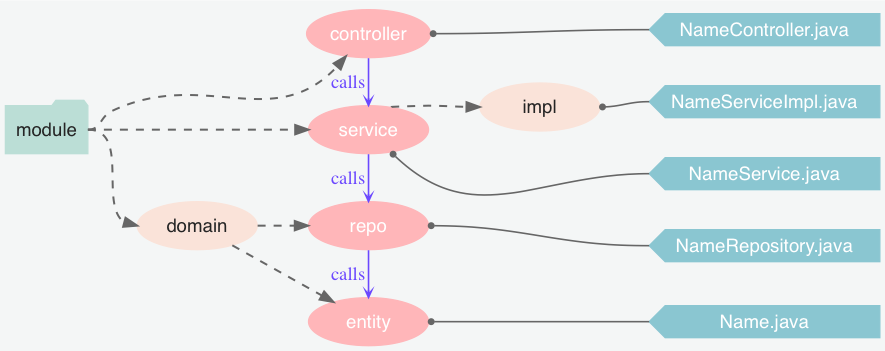
Above: static/image/2019/07/spring-mvc-module.png in Jeanhwea/jeanhwea.github.io (Graphviz), before the change. Its source is kept beside it as static/image/2019/07/spring-mvc-module.dot.
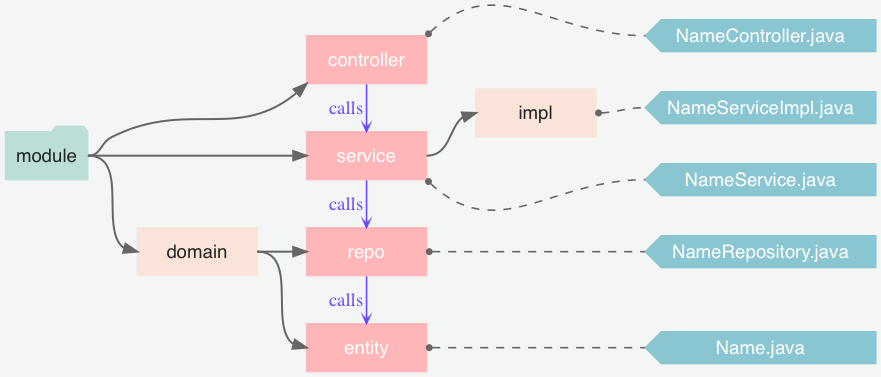
The same diagram one commit later.

The edit, as a diff of the source:
```diff
@@ -6,23 +6,23 @@
   node[shape=folder, style=filled, color="#bbded6", fontcolor="#252525", fontname="Helvetia"];
   module;
 
-  node[shape=ellipse, style=filled, color="#ffb6b9", fontcolor="#ffffff", width=1.25];
+  node[shape=box, style=filled, color="#ffb6b9", fontcolor="#ffffff", width=1.25];
   service;
   controller;
   repository[label="repo"];
   entity;
 
-  node[shape=ellipse, style=filled, color="#fae3d9", fontcolor="#252525"];
+  node[shape=box, style=filled, color="#fae3d9", fontcolor="#252525"];
   domain;
   service_impl[label="impl"];
 
-  edge[style=dashed, color="#666666", fontcolor="#777777", arrowhead="normal", penwidth=1.5];
+  edge[style=solid, color="#666666", fontcolor="#777777", arrowhead="normal", penwidth=1.5];
   module:e -> controller:sw;
   module:e -> service:w;
   module:e -> domain:w;
-  domain -> entity;
-  domain -> repository;
-  service:ne -> service_impl:w;
+  domain:e -> entity:w;
+  domain:e -> repository:w;
+  service:e -> service_impl:w;
 
   node[shape=cds, orientation=180, style=filled, color="#8ac6d1", fontcolor="#ffffff", width=2.4];
   {
@@ -34,13 +34,13 @@
     NameController[label="NameController.java"];
   }
 
-  edge[shape=dot, style=solid, dir=back, arrowtail="dot", arrowsize=0.5, penwidth=1.2];
+  edge[shape=dot, style=dashed, dir=back, arrowtail="dot", arrowsize=0.5, penwidth=1.2];
   {
+    controller:ne -> NameController:w;
+    service_impl:e -> NameServiceImpl:w;
+    service:se -> NameService:w;
+    repository:e -> NameRepository:w;
     entity:e -> Name:w;
-    repository:e -> NameRepository:w;
-    service:se -> NameService:w;
-    service_impl:e -> NameServiceImpl:w;
-    controller:e -> NameController:w;
   }
 
   edge[style=solid, dir=forward, arrowhead="vee", label="calls   ", color="#6b48ff", fontcolor="#6b48ff", penwidth=1.2];
```
